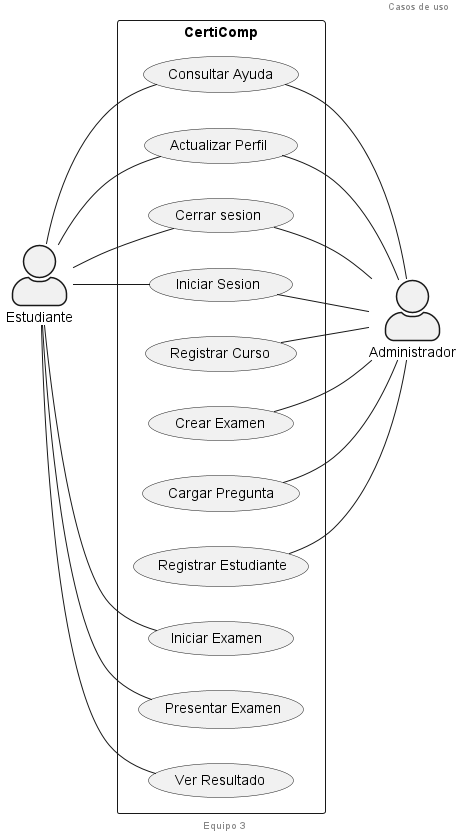
This is docs/scenariosView/Requisitos/Casos de Uso.png from febres35/EdTech_IS, a PlantUML export, as it was before one commit. Its diagram source:
```plantuml
@startuml Diagrama de Casos de Uso

left to right direction
skinparam actorStyle awesome

header Casos de uso
footer Equipo 3

rectangle CertiComp{

  usecase " Iniciar Sesion " as UC1
  usecase " Registrar Estudiante" as UC2
  usecase " Registrar Curso" as UC3
  usecase "Iniciar Examen " as UC11
  usecase " Presentar Examen" as UC5
  usecase " Ver Resultado" as UC6
  usecase " Crear Examen" as UC7
  usecase " Cargar Pregunta" as UC12
  usecase " Consultar Ayuda" as UC8
  usecase " Cerrar sesion " as UC9
  usecase " Actualizar Perfil " as UC10


}
Administrador -up- UC2
Administrador -up- UC12
Administrador -up- UC7
Administrador -up- UC3

Estudiante-- UC11
Estudiante-- UC5
Estudiante-- UC6


Administrador -up- UC1
Estudiante -- UC1

Administrador -up- UC9
Estudiante-- UC9


Administrador -up-  UC10
Estudiante -- UC10

Administrador -up- UC8
Estudiante -- UC8


@enduml
```
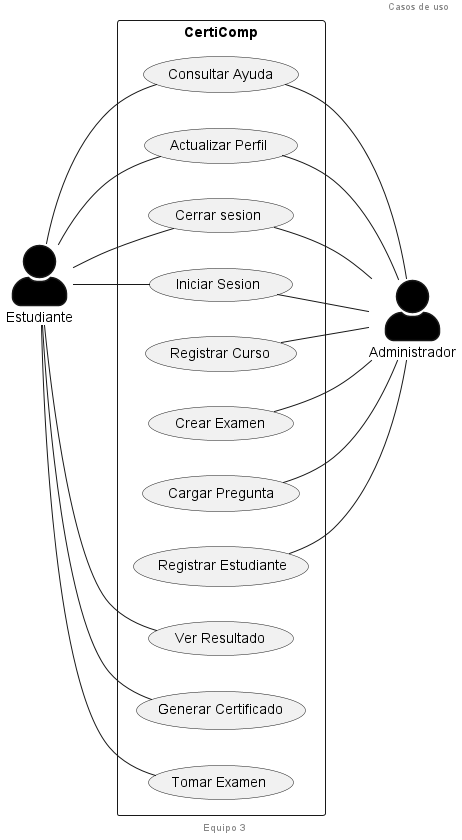
The same file after the commit.

Commit message:
actualizado casos de uso y estados

What changed in the source:
```diff
@@ -1,19 +1,22 @@
-@startuml Diagrama de Casos de Uso
+@startuml Casos de Uso
 
 left to right direction
 skinparam actorStyle awesome
+skinparam ActorBackgroundColor black
 
 header Casos de uso
 footer Equipo 3
 
 rectangle CertiComp{
 
+  usecase " Ver Resultado" as UC6
   usecase " Iniciar Sesion " as UC1
   usecase " Registrar Estudiante" as UC2
   usecase " Registrar Curso" as UC3
-  usecase "Iniciar Examen " as UC11
-  usecase " Presentar Examen" as UC5
-  usecase " Ver Resultado" as UC6
+  usecase "Generar Certificado" as UC4
+
+  usecase "Tomar Examen" as UC13
+
   usecase " Crear Examen" as UC7
   usecase " Cargar Pregunta" as UC12
   usecase " Consultar Ayuda" as UC8
@@ -21,15 +24,19 @@
   usecase " Actualizar Perfil " as UC10
 
 
+
+
 }
+
+
 Administrador -up- UC2
 Administrador -up- UC12
 Administrador -up- UC7
 Administrador -up- UC3
 
-Estudiante-- UC11
-Estudiante-- UC5
+Estudiante -- UC13
 Estudiante-- UC6
+Estudiante-- UC4
 
 
 Administrador -up- UC1
```
